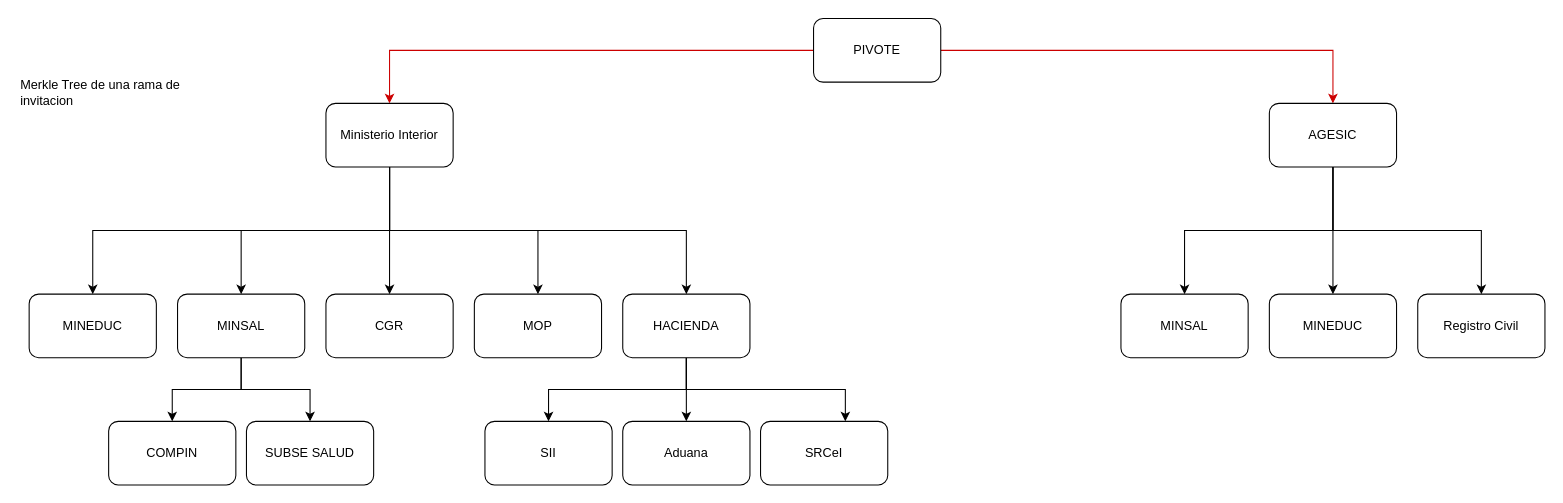
This is page "Invitacion por ramas" (6 of 6) of documentantion/Inador.drawio from daille/veredarii, a draw.io file, before an edit. Source tidied: cells renumbered, new cells numbered last; positions are measured from the earlier drawing's top-left corner, leaving out a move shared by most shapes. Both pictures are drawn from the tidied source at 106%, with x=0, y=0 at pixel (18, 18).
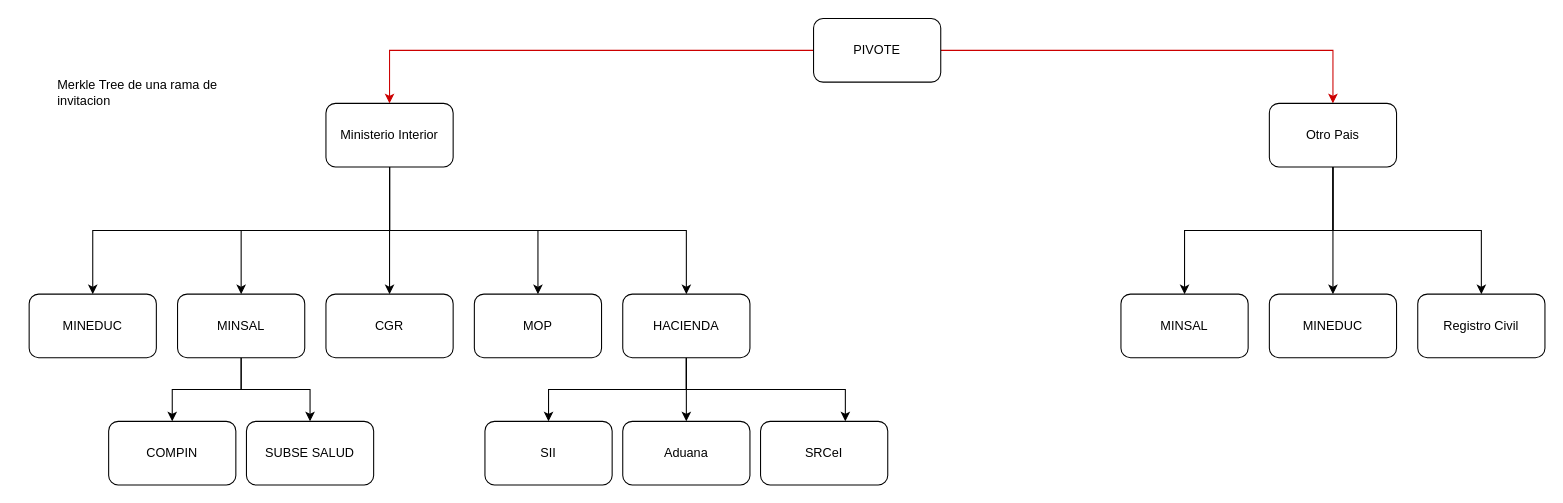
The same page after the edit.

What changed in the source:
```diff
@@
     <mxCell id="23" value="Merkle Tree de una rama de invitacion" style="text;html=1;strokeColor=none;fillColor=none;align=left;verticalAlign=middle;whiteSpace=wrap;rounded=0;" parent="1" vertex="1">
-      <mxGeometry y="40" width="170" height="60" as="geometry" />
+      <mxGeometry x="35" y="40" width="170" height="60" as="geometry" />
     </mxCell>
@@
-    <mxCell id="30" value="AGESIC" style="rounded=1;whiteSpace=wrap;html=1;" parent="1" vertex="1">
+    <mxCell id="30" value="Otro Pais" style="rounded=1;whiteSpace=wrap;html=1;" parent="1" vertex="1">
       <mxGeometry x="1180" y="80" width="120" height="60" as="geometry" />
     </mxCell>
```
